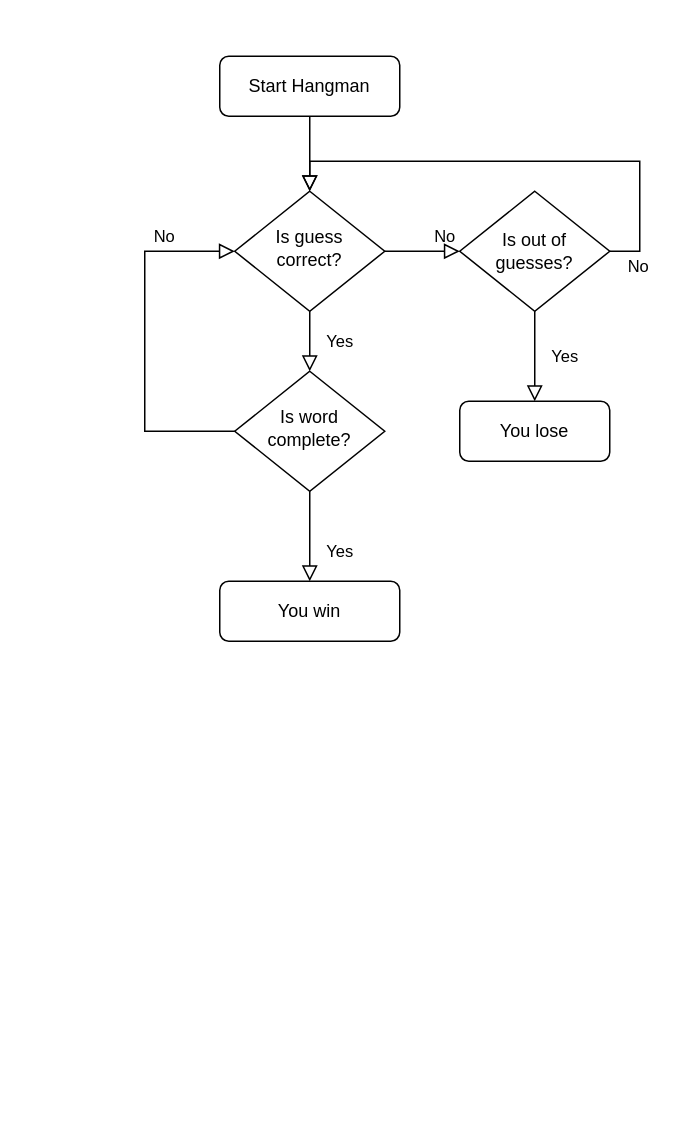
Above: Hangman_flowchart.drawio in mgronquillo/rongkitest (draw.io), before the change. Source tidied: cells renumbered, new cells numbered last; positions are measured from the earlier drawing's top-left corner, leaving out a move shared by most shapes. Both pictures are drawn from the tidied source at 150%, with x=0, y=0 at pixel (144, 56).
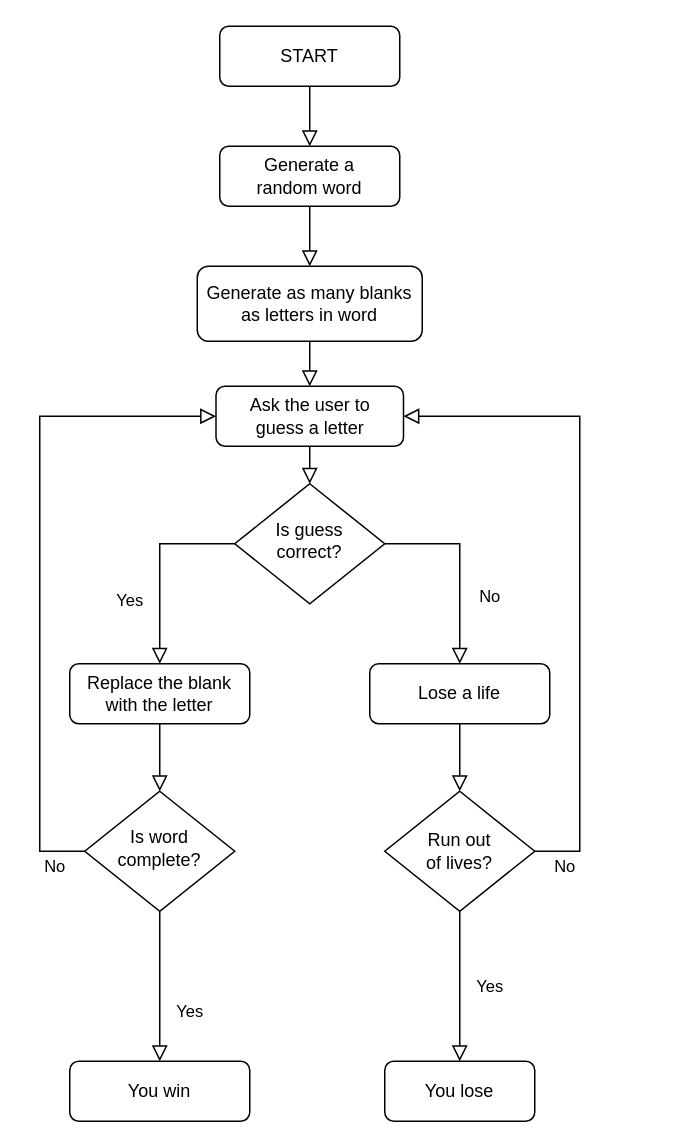
After the change.

Change to the diagram source:
```diff
@@
-    <mxCell id="2" style="rounded=0;html=1;jettySize=auto;fontSize=11;endArrow=block;endFill=0;endSize=8;strokeWidth=1;shadow=0;labelBackgroundColor=none;edgeStyle=orthogonalEdgeStyle;" parent="1" edge="1" source="3" target="6">
+    <mxCell id="2" style="rounded=0;html=1;jettySize=auto;fontSize=11;endArrow=block;endFill=0;endSize=8;strokeWidth=1;shadow=0;labelBackgroundColor=none;edgeStyle=orthogonalEdgeStyle;entryX=0.5;entryY=0;entryDx=0;entryDy=0;" parent="1" edge="1" source="3" target="15">
       <mxGeometry relative="1" as="geometry" />
     </mxCell>
-    <mxCell id="3" value="Start Hangman" style="rounded=1;whiteSpace=wrap;html=1;fontSize=12;glass=0;strokeWidth=1;shadow=0;" parent="1" vertex="1">
-      <mxGeometry x="50" width="120" height="40" as="geometry" />
+    <mxCell id="3" value="START" style="rounded=1;whiteSpace=wrap;html=1;fontSize=12;glass=0;strokeWidth=1;shadow=0;" parent="1" vertex="1">
+      <mxGeometry x="50" y="-20" width="120" height="40" as="geometry" />
     </mxCell>
-    <mxCell id="4" value="Yes" style="rounded=0;html=1;jettySize=auto;fontSize=11;endArrow=block;endFill=0;endSize=8;strokeWidth=1;shadow=0;labelBackgroundColor=none;edgeStyle=orthogonalEdgeStyle;" parent="1" edge="1" source="6" target="8">
-      <mxGeometry y="20" relative="1" as="geometry" />
-    </mxCell>
-    <mxCell id="5" value="No" style="edgeStyle=orthogonalEdgeStyle;rounded=0;html=1;jettySize=auto;fontSize=11;endArrow=block;endFill=0;endSize=8;strokeWidth=1;shadow=0;labelBackgroundColor=none;" parent="1" edge="1" source="6">
-      <mxGeometry x="0.61" y="10" relative="1" as="geometry">
-        <mxPoint x="210" y="130" as="targetPoint" />
-      </mxGeometry>
+    <mxCell id="5" value="No" style="edgeStyle=orthogonalEdgeStyle;rounded=0;html=1;jettySize=auto;fontSize=11;endArrow=block;endFill=0;endSize=8;strokeWidth=1;shadow=0;labelBackgroundColor=none;entryX=0.5;entryY=0;entryDx=0;entryDy=0;exitX=1;exitY=0.5;exitDx=0;exitDy=0;" parent="1" edge="1" source="6" target="22">
+      <mxGeometry x="0.31" y="20" relative="1" as="geometry" />
     </mxCell>
     <mxCell id="6" value="Is guess&lt;br&gt;correct?" style="rhombus;whiteSpace=wrap;html=1;shadow=0;fontFamily=Helvetica;fontSize=12;align=center;strokeWidth=1;spacing=6;spacingTop=-4;" parent="1" vertex="1">
-      <mxGeometry x="60" y="90" width="100" height="80" as="geometry" />
+      <mxGeometry x="60" y="285" width="100" height="80" as="geometry" />
     </mxCell>
@@
     <mxCell id="8" value="Is word&lt;br&gt;complete?" style="rhombus;whiteSpace=wrap;html=1;shadow=0;fontFamily=Helvetica;fontSize=12;align=center;strokeWidth=1;spacing=6;spacingTop=-4;" parent="1" vertex="1">
-      <mxGeometry x="60" y="210" width="100" height="80" as="geometry" />
+      <mxGeometry x="-40" y="490" width="100" height="80" as="geometry" />
     </mxCell>
     <mxCell id="9" value="You win" style="rounded=1;whiteSpace=wrap;html=1;fontSize=12;glass=0;strokeWidth=1;shadow=0;" parent="1" vertex="1">
-      <mxGeometry x="50" y="350" width="120" height="40" as="geometry" />
+      <mxGeometry x="-50" y="670" width="120" height="40" as="geometry" />
     </mxCell>
-    <mxCell id="10" value="Is out of&lt;br&gt;guesses?" style="rhombus;whiteSpace=wrap;html=1;" parent="1" vertex="1">
-      <mxGeometry x="210" y="90" width="100" height="80" as="geometry" />
+    <mxCell id="10" value="Run out&lt;br&gt;of lives?" style="rhombus;whiteSpace=wrap;html=1;" parent="1" vertex="1">
+      <mxGeometry x="160" y="490" width="100" height="80" as="geometry" />
     </mxCell>
     <mxCell id="11" value="You lose" style="rounded=1;whiteSpace=wrap;html=1;" parent="1" vertex="1">
-      <mxGeometry x="210" y="230" width="100" height="40" as="geometry" />
+      <mxGeometry x="160" y="670" width="100" height="40" as="geometry" />
     </mxCell>
@@
-    <mxCell id="13" value="No" style="edgeStyle=orthogonalEdgeStyle;rounded=0;html=1;jettySize=auto;fontSize=11;endArrow=block;endFill=0;endSize=8;strokeWidth=1;shadow=0;labelBackgroundColor=none;exitX=0;exitY=0.5;exitDx=0;exitDy=0;entryX=0;entryY=0.5;entryDx=0;entryDy=0;" parent="1" edge="1" source="8" target="6">
-      <mxGeometry x="0.61" y="10" relative="1" as="geometry">
+    <mxCell id="13" value="No" style="edgeStyle=orthogonalEdgeStyle;rounded=0;html=1;jettySize=auto;fontSize=11;endArrow=block;endFill=0;endSize=8;strokeWidth=1;shadow=0;labelBackgroundColor=none;exitX=0;exitY=0.5;exitDx=0;exitDy=0;entryX=0;entryY=0.5;entryDx=0;entryDy=0;" parent="1" edge="1" source="8" target="18">
+      <mxGeometry x="-0.91" y="10" relative="1" as="geometry">
         <Array as="points">
-          <mxPoint y="250" />
-          <mxPoint y="130" />
+          <mxPoint x="-70" y="530" />
+          <mxPoint x="-70" y="240" />
         </Array>
       </mxGeometry>
     </mxCell>
-    <mxCell id="14" value="No" style="edgeStyle=orthogonalEdgeStyle;rounded=0;html=1;jettySize=auto;fontSize=11;endArrow=block;endFill=0;endSize=8;strokeWidth=1;shadow=0;labelBackgroundColor=none;exitX=1;exitY=0.5;exitDx=0;exitDy=0;" parent="1" edge="1" source="10">
-      <mxGeometry x="-0.88" y="-10" relative="1" as="geometry">
-        <mxPoint x="110" y="90" as="targetPoint" />
+    <mxCell id="14" value="No" style="edgeStyle=orthogonalEdgeStyle;rounded=0;html=1;jettySize=auto;fontSize=11;endArrow=block;endFill=0;endSize=8;strokeWidth=1;shadow=0;labelBackgroundColor=none;exitX=1;exitY=0.5;exitDx=0;exitDy=0;entryX=1;entryY=0.5;entryDx=0;entryDy=0;" parent="1" edge="1" source="10" target="18">
+      <mxGeometry x="-0.91" y="-10" relative="1" as="geometry">
         <Array as="points">
-          <mxPoint x="330" y="130" />
-          <mxPoint x="330" y="70" />
-          <mxPoint x="110" y="70" />
+          <mxPoint x="290" y="530" />
+          <mxPoint x="290" y="240" />
         </Array>
       </mxGeometry>
     </mxCell>
+    <mxCell id="15" value="Generate a&lt;br&gt;random word" style="rounded=1;whiteSpace=wrap;html=1;" parent="1" vertex="1">
+      <mxGeometry x="50" y="60" width="120" height="40" as="geometry" />
+    </mxCell>
+    <mxCell id="16" value="Generate as many blanks&lt;br&gt;as letters in word" style="rounded=1;whiteSpace=wrap;html=1;" parent="1" vertex="1">
+      <mxGeometry x="35" y="140" width="150" height="50" as="geometry" />
+    </mxCell>
+    <mxCell id="17" style="rounded=0;html=1;jettySize=auto;fontSize=11;endArrow=block;endFill=0;endSize=8;strokeWidth=1;shadow=0;labelBackgroundColor=none;edgeStyle=orthogonalEdgeStyle;entryX=0.5;entryY=0;entryDx=0;entryDy=0;exitX=0.5;exitY=1;exitDx=0;exitDy=0;" parent="1" edge="1" source="15" target="16">
+      <mxGeometry relative="1" as="geometry" />
+    </mxCell>
+    <mxCell id="18" value="Ask the user to&lt;br&gt;guess a letter" style="rounded=1;whiteSpace=wrap;html=1;" parent="1" vertex="1">
+      <mxGeometry x="47.5" y="220" width="125" height="40" as="geometry" />
+    </mxCell>
+    <mxCell id="19" style="rounded=0;html=1;jettySize=auto;fontSize=11;endArrow=block;endFill=0;endSize=8;strokeWidth=1;shadow=0;labelBackgroundColor=none;edgeStyle=orthogonalEdgeStyle;entryX=0.5;entryY=0;entryDx=0;entryDy=0;exitX=0.5;exitY=1;exitDx=0;exitDy=0;" parent="1" edge="1" source="16" target="18">
+      <mxGeometry relative="1" as="geometry" />
+    </mxCell>
+    <mxCell id="20" style="rounded=0;html=1;jettySize=auto;fontSize=11;endArrow=block;endFill=0;endSize=8;strokeWidth=1;shadow=0;labelBackgroundColor=none;edgeStyle=orthogonalEdgeStyle;exitX=0.5;exitY=1;exitDx=0;exitDy=0;entryX=0.5;entryY=0;entryDx=0;entryDy=0;" parent="1" edge="1" source="18" target="6">
+      <mxGeometry relative="1" as="geometry" />
+    </mxCell>
+    <mxCell id="21" value="Replace the blank&lt;br&gt;with the letter" style="rounded=1;whiteSpace=wrap;html=1;" parent="1" vertex="1">
+      <mxGeometry x="-50" y="405" width="120" height="40" as="geometry" />
+    </mxCell>
+    <mxCell id="4" value="Yes" style="rounded=0;html=1;jettySize=auto;fontSize=11;endArrow=block;endFill=0;endSize=8;strokeWidth=1;shadow=0;labelBackgroundColor=none;edgeStyle=orthogonalEdgeStyle;exitX=0;exitY=0.5;exitDx=0;exitDy=0;entryX=0.5;entryY=0;entryDx=0;entryDy=0;" parent="1" edge="1" source="6" target="21">
+      <mxGeometry x="0.36" y="-20" relative="1" as="geometry" />
+    </mxCell>
+    <mxCell id="22" value="Lose a life" style="rounded=1;whiteSpace=wrap;html=1;" parent="1" vertex="1">
+      <mxGeometry x="150" y="405" width="120" height="40" as="geometry" />
+    </mxCell>
+    <mxCell id="23" style="rounded=0;html=1;jettySize=auto;fontSize=11;endArrow=block;endFill=0;endSize=8;strokeWidth=1;shadow=0;labelBackgroundColor=none;edgeStyle=orthogonalEdgeStyle;entryX=0.5;entryY=0;entryDx=0;entryDy=0;exitX=0.5;exitY=1;exitDx=0;exitDy=0;" parent="1" edge="1" source="21" target="8">
+      <mxGeometry relative="1" as="geometry" />
+    </mxCell>
+    <mxCell id="24" style="rounded=0;html=1;jettySize=auto;fontSize=11;endArrow=block;endFill=0;endSize=8;strokeWidth=1;shadow=0;labelBackgroundColor=none;edgeStyle=orthogonalEdgeStyle;entryX=0.5;entryY=0;entryDx=0;entryDy=0;exitX=0.5;exitY=1;exitDx=0;exitDy=0;" parent="1" edge="1" source="22" target="10">
+      <mxGeometry relative="1" as="geometry" />
+    </mxCell>
```
